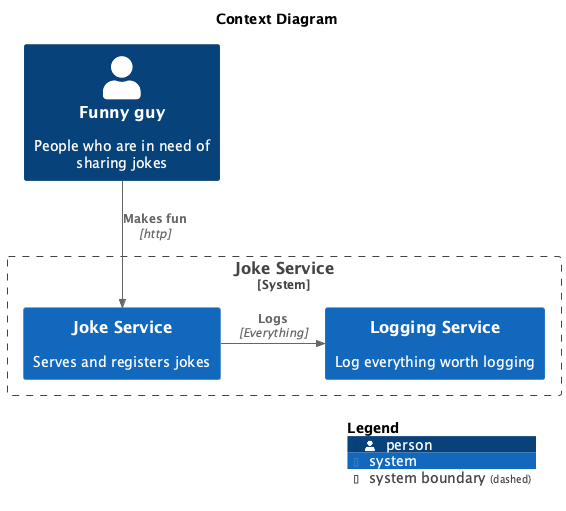
BjoernGoettler/DLS_compulsory_assignment01 keeps this PlantUML diagram as diagrams/C4_Context.png. Above is the earlier version. Source of this version:
```plantuml
@startuml C4_Context
!include https://raw.githubusercontent.com/plantuml-stdlib/C4-PlantUML/master/C4_Context.puml

!define DEVICONS https://raw.githubusercontent.com/tupadr3/plantuml-icon-font-sprites/master/devicons
!define FONTAWESOME https://raw.githubusercontent.com/tupadr3/plantuml-icon-font-sprites/master/font-awesome-5

title Context Diagram

Person(user, "Funny guy", "People who are in need of sharing jokes", $sprite="person")

System_Boundary(c1, "Joke Service") {
    System(service, "Joke Service", "Serves and registers jokes")
    System(logging, "Logging Service", "Log everything worth logging")
}
Rel(user, service, "Makes fun", "http")
Rel_R(service, logging, "Logs", "Everything", $tags="logs")

SHOW_LEGEND()

@enduml
```
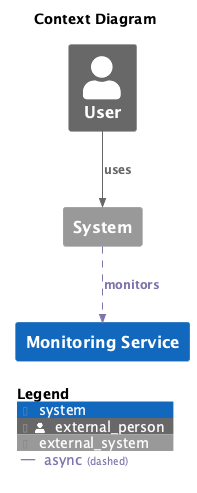
Above is the later version.

What changed in the source:
```diff
@@ -1,19 +1,31 @@
 @startuml C4_Context
 !include https://raw.githubusercontent.com/plantuml-stdlib/C4-PlantUML/master/C4_Context.puml
+
+!$COLOR_A_5 = "#7f3b08"
+!$COLOR_A_4 = "#b35806"
+!$COLOR_A_3 = "#e08214"
+!$COLOR_A_2 = "#fdb863"
+!$COLOR_A_1 = "#fee0b6"
+!$COLOR_NEUTRAL = "#f7f7f7"
+!$COLOR_B_1 = "#d8daeb"
+!$COLOR_B_2 = "#b2abd2"
+!$COLOR_B_3 = "#8073ac"
+!$COLOR_B_4 = "#542788"
+!$COLOR_B_5 = "#2d004b"
+!$COLOR_REL_LINE = "#8073ac"
+!$COLOR_REL_TEXT = "#8073ac"
 
 !define DEVICONS https://raw.githubusercontent.com/tupadr3/plantuml-icon-font-sprites/master/devicons
 !define FONTAWESOME https://raw.githubusercontent.com/tupadr3/plantuml-icon-font-sprites/master/font-awesome-5
 
 title Context Diagram
+AddRelTag("async",$textColor=$COLOR_REL_TEXT, $lineColor=$COLOR_REL_LINE, $lineStyle = DashedLine())
+Person_Ext(user, "User")
+System_Ext(externalsystem, "System")
+System(monitoringservice, "Monitoring Service")
 
-Person(user, "Funny guy", "People who are in need of sharing jokes", $sprite="person")
-
-System_Boundary(c1, "Joke Service") {
-    System(service, "Joke Service", "Serves and registers jokes")
-    System(logging, "Logging Service", "Log everything worth logging")
-}
-Rel(user, service, "Makes fun", "http")
-Rel_R(service, logging, "Logs", "Everything", $tags="logs")
+Rel_D(user, externalsystem, "uses")
+Rel_D(externalsystem, monitoringservice,"monitors", $tags=async)
 
 SHOW_LEGEND()
 
```
